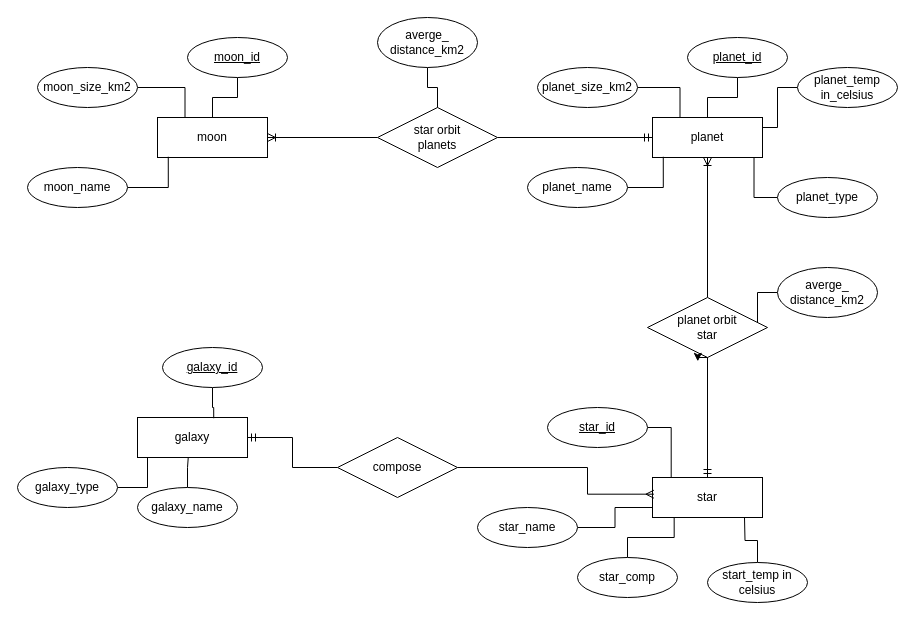
Before: der/celestial bodies.drawio in yunagosh7/celestial-bodies-database, a draw.io diagram. Source tidied: cells renumbered, new cells numbered last; positions are measured from the earlier drawing's top-left corner, leaving out a move shared by most shapes. Both pictures are drawn from the tidied source at 100%, with x=0, y=0 at pixel (17, 17).
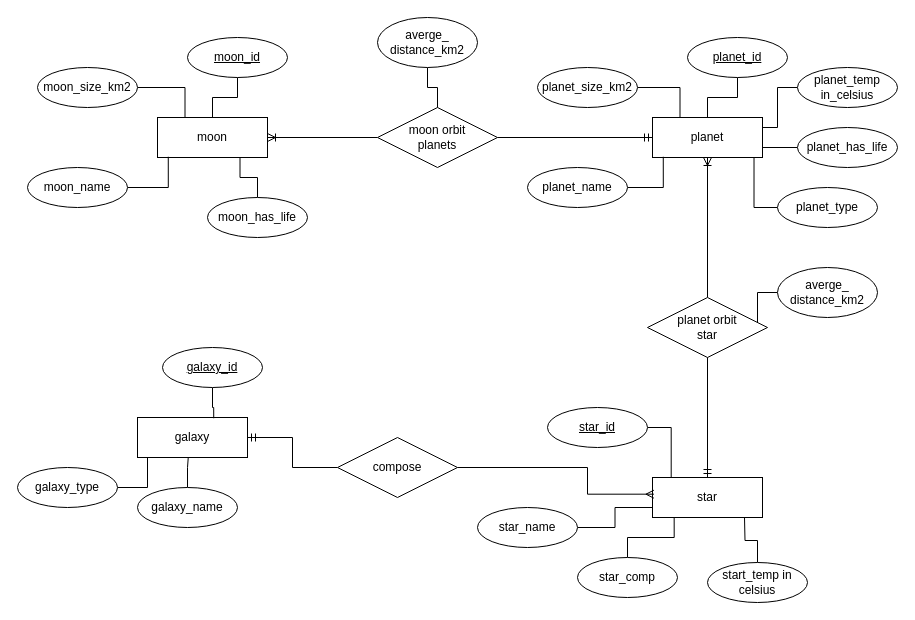
Above is the later version.

Unchanged cells that the change refers to:
```xml
<mxCell id="2" value="moon" style="rounded=0;whiteSpace=wrap;html=1;" parent="1" vertex="1">
  <mxGeometry x="140" y="100" width="110" height="40" as="geometry" />
</mxCell>
<mxCell id="13" value="planet" style="rounded=0;whiteSpace=wrap;html=1;" parent="1" vertex="1">
  <mxGeometry x="635" y="100" width="110" height="40" as="geometry" />
</mxCell>
<mxCell id="26" value="planet orbit&lt;br&gt;star" style="shape=rhombus;perimeter=rhombusPerimeter;whiteSpace=wrap;html=1;align=center;" parent="1" vertex="1">
  <mxGeometry x="630" y="280" width="120" height="60" as="geometry" />
</mxCell>
```

The edit, as a diff of the source:
```diff
@@
-    <mxCell id="11" value="star orbit&lt;br&gt;planets" style="shape=rhombus;perimeter=rhombusPerimeter;whiteSpace=wrap;html=1;align=center;" parent="1" vertex="1">
+    <mxCell id="11" value="moon orbit&lt;br&gt;planets" style="shape=rhombus;perimeter=rhombusPerimeter;whiteSpace=wrap;html=1;align=center;" parent="1" vertex="1">
       <mxGeometry x="360" y="90" width="120" height="60" as="geometry" />
     </mxCell>
@@
     <mxCell id="23" value="planet_type" style="ellipse;whiteSpace=wrap;html=1;align=center;" parent="1" vertex="1">
-      <mxGeometry x="760" y="160" width="100" height="40" as="geometry" />
+      <mxGeometry x="760" y="170" width="100" height="40" as="geometry" />
     </mxCell>
@@
-    <mxCell id="39" style="edgeStyle=orthogonalEdgeStyle;rounded=0;orthogonalLoop=1;jettySize=auto;html=1;exitX=0.5;exitY=1;exitDx=0;exitDy=0;entryX=0.419;entryY=1.064;entryDx=0;entryDy=0;entryPerimeter=0;" parent="1" edge="1" source="26" target="26">
+    <mxCell id="39" style="edgeStyle=orthogonalEdgeStyle;rounded=0;orthogonalLoop=1;jettySize=auto;html=1;exitX=0.5;exitY=1;exitDx=0;exitDy=0;entryX=0.5;entryY=1;entryDx=0;entryDy=0;endArrow=none;endFill=0;" parent="1" edge="1" source="26" target="26">
       <mxGeometry relative="1" as="geometry" />
     </mxCell>
@@
+    <mxCell id="50" style="edgeStyle=orthogonalEdgeStyle;rounded=0;jettySize=auto;html=1;entryX=0.75;entryY=1;entryDx=0;entryDy=0;endArrow=none;endFill=0;" parent="1" edge="1" source="51" target="2">
+      <mxGeometry relative="1" as="geometry" />
+    </mxCell>
+    <mxCell id="51" value="moon_has_life" style="ellipse;whiteSpace=wrap;html=1;align=center;" parent="1" vertex="1">
+      <mxGeometry x="190" y="180" width="100" height="40" as="geometry" />
+    </mxCell>
+    <mxCell id="52" style="edgeStyle=orthogonalEdgeStyle;rounded=0;jettySize=auto;html=1;entryX=1;entryY=0.75;entryDx=0;entryDy=0;endArrow=none;endFill=0;" parent="1" edge="1" source="53" target="13">
+      <mxGeometry relative="1" as="geometry" />
+    </mxCell>
+    <mxCell id="53" value="planet_has_life" style="ellipse;whiteSpace=wrap;html=1;align=center;" parent="1" vertex="1">
+      <mxGeometry x="780" y="110" width="100" height="40" as="geometry" />
+    </mxCell>
```
